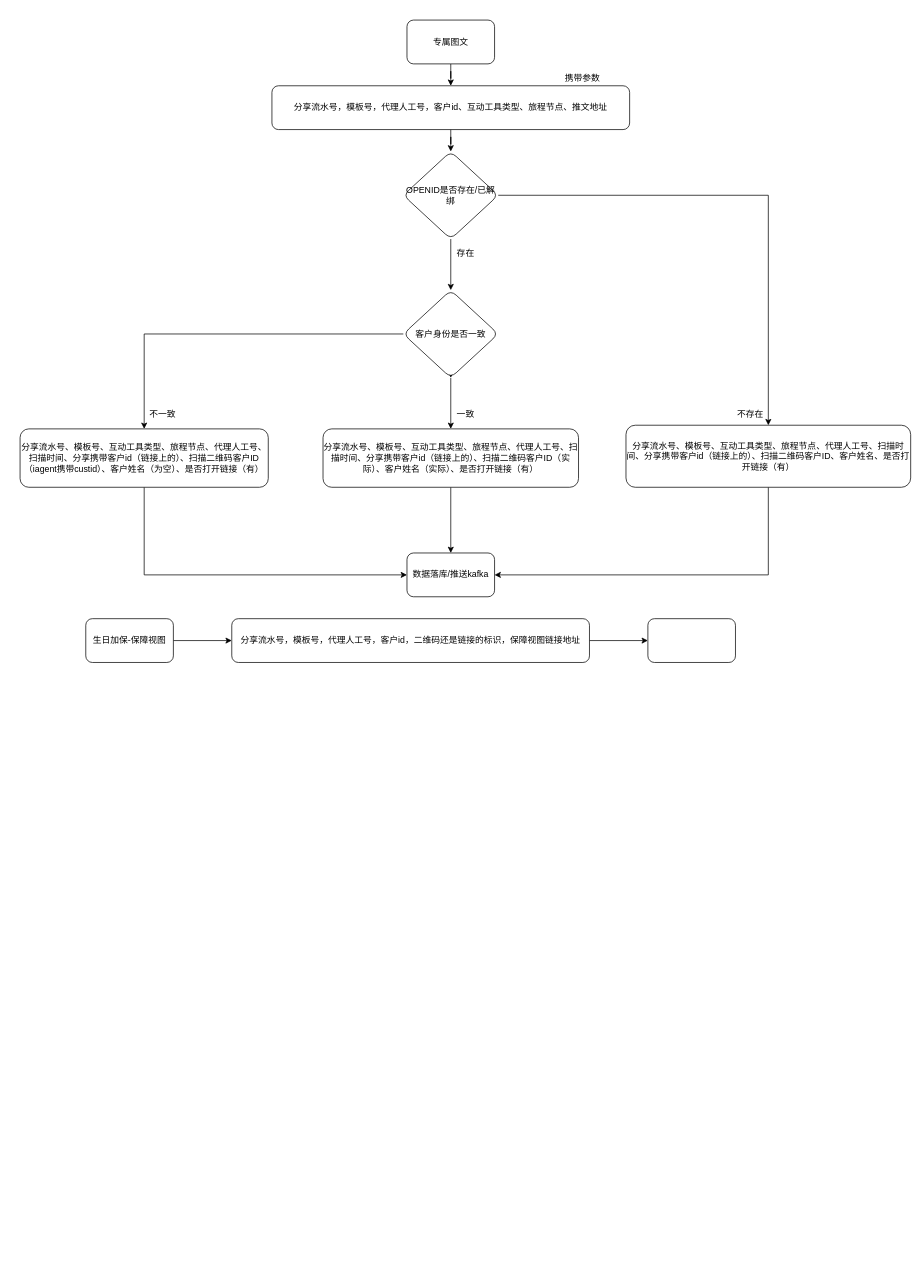
Earlier version of the draw.io diagram page "互动工具客户记录埋点" (2 of 2) of Untitled Diagram.drawio (GaoAng-HRERS/diagram). Source tidied: cells renumbered, new cells numbered last; positions are measured from the earlier drawing's top-left corner, leaving out a move shared by most shapes. Both pictures are drawn from the tidied source at 73%, with x=0, y=0 at pixel (20, 20).
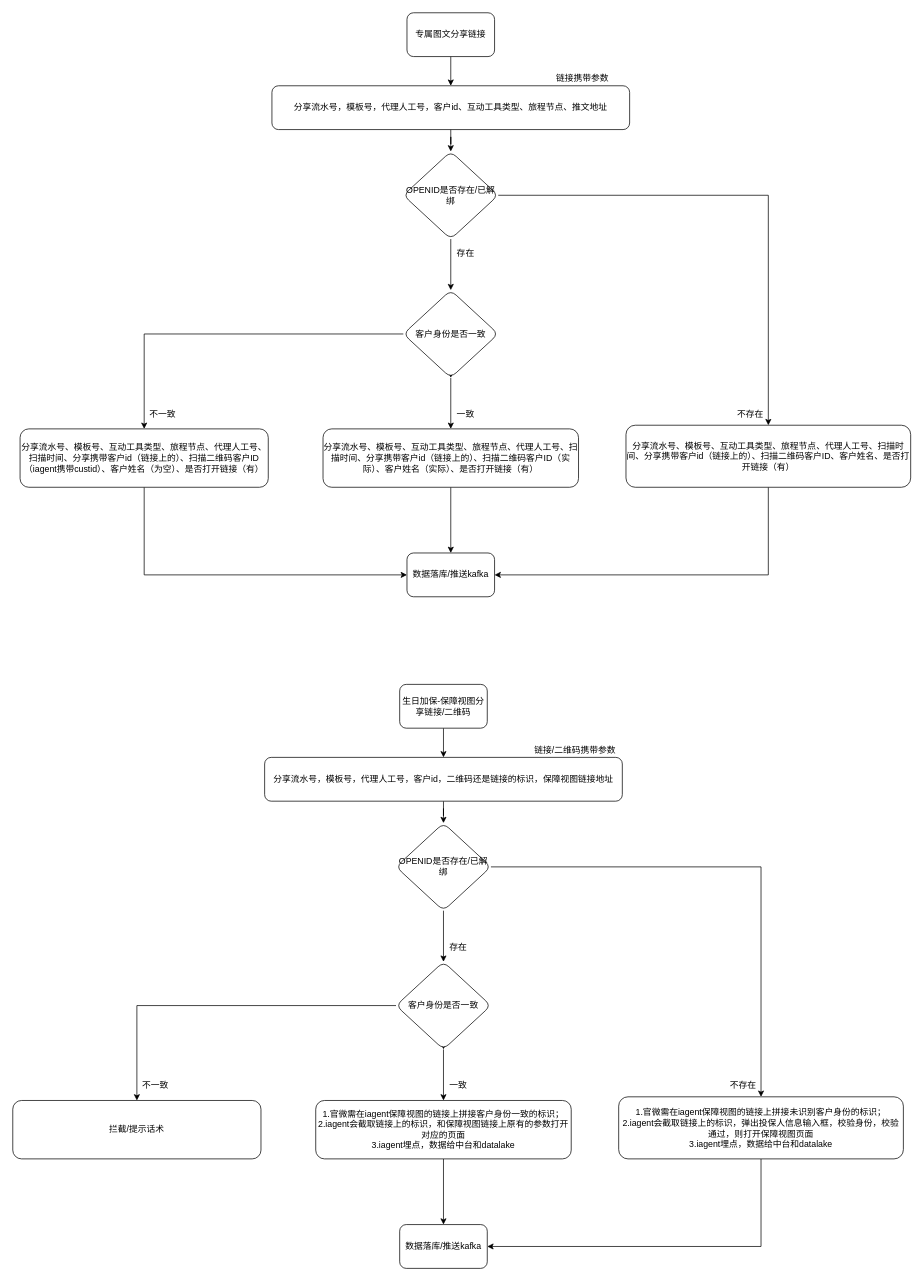
The same diagram, later.

Commit message:
生日加保-保障视图

What changed in the source:
```diff
@@
-    <mxCell id="3" value="专属图文" style="rounded=1;whiteSpace=wrap;html=1;" parent="1" vertex="1">
-      <mxGeometry x="530" width="120" height="60" as="geometry" />
+    <mxCell id="3" value="专属图文分享链接" style="rounded=1;whiteSpace=wrap;html=1;" parent="1" vertex="1">
+      <mxGeometry x="530" y="-10" width="120" height="60" as="geometry" />
     </mxCell>
-    <mxCell id="4" style="edgeStyle=orthogonalEdgeStyle;rounded=0;jettySize=auto;html=1;" parent="1" edge="1" source="5" target="9">
-      <mxGeometry relative="1" as="geometry" />
-    </mxCell>
-    <mxCell id="5" value="生日加保-保障视图" style="rounded=1;whiteSpace=wrap;html=1;" parent="1" vertex="1">
-      <mxGeometry x="90" y="820" width="120" height="60" as="geometry" />
-    </mxCell>
@@
-    <mxCell id="8" style="edgeStyle=orthogonalEdgeStyle;rounded=0;jettySize=auto;html=1;" parent="1" edge="1" source="9" target="10">
-      <mxGeometry relative="1" as="geometry" />
-    </mxCell>
-    <mxCell id="9" value="分享流水号，模板号，代理人工号，客户id，二维码还是链接的标识，保障视图链接地址" style="rounded=1;whiteSpace=wrap;html=1;" parent="1" vertex="1">
-      <mxGeometry x="290" y="820" width="490" height="60" as="geometry" />
-    </mxCell>
-    <mxCell id="10" style="whiteSpace=wrap;html=1;rounded=1;" parent="1" vertex="1">
-      <mxGeometry x="860" y="820" width="120" height="60" as="geometry" />
-    </mxCell>
-    <mxCell id="11" value="携带参数" style="text;html=1;align=center;verticalAlign=middle;strokeColor=none;fillColor=none;" parent="1" vertex="1">
-      <mxGeometry x="740" y="70" width="60" height="20" as="geometry" />
+    <mxCell id="11" value="链接携带参数" style="text;html=1;align=center;verticalAlign=middle;strokeColor=none;fillColor=none;" parent="1" vertex="1">
+      <mxGeometry x="725" y="70" width="90" height="20" as="geometry" />
     </mxCell>
@@
+    <mxCell id="30" style="edgeStyle=orthogonalEdgeStyle;rounded=0;jettySize=auto;html=1;" parent="1" edge="1" source="31" target="9">
+      <mxGeometry relative="1" as="geometry" />
+    </mxCell>
+    <mxCell id="31" value="生日加保-保障视图分享链接/二维码" style="rounded=1;whiteSpace=wrap;html=1;" parent="1" vertex="1">
+      <mxGeometry x="520" y="910" width="120" height="60" as="geometry" />
+    </mxCell>
+    <mxCell id="32" style="edgeStyle=orthogonalEdgeStyle;rounded=0;jettySize=auto;html=1;" parent="1" edge="1" source="9" target="36">
+      <mxGeometry relative="1" as="geometry" />
+    </mxCell>
+    <mxCell id="9" value="分享流水号，模板号，代理人工号，客户id，二维码还是链接的标识，保障视图链接地址" style="rounded=1;whiteSpace=wrap;html=1;" parent="1" vertex="1">
+      <mxGeometry x="335" y="1010" width="490" height="60" as="geometry" />
+    </mxCell>
+    <mxCell id="33" value="链接/二维码携带参数" style="text;html=1;align=center;verticalAlign=middle;strokeColor=none;fillColor=none;" parent="1" vertex="1">
+      <mxGeometry x="695" y="990" width="130" height="20" as="geometry" />
+    </mxCell>
+    <mxCell id="34" style="edgeStyle=orthogonalEdgeStyle;rounded=0;jettySize=auto;html=1;entryX=0.5;entryY=0;entryDx=0;entryDy=0;" parent="1" edge="1" source="36" target="41">
+      <mxGeometry relative="1" as="geometry" />
+    </mxCell>
+    <mxCell id="35" style="edgeStyle=orthogonalEdgeStyle;rounded=0;jettySize=auto;html=1;" parent="1" edge="1" source="36" target="49">
+      <mxGeometry relative="1" as="geometry" />
+    </mxCell>
+    <mxCell id="36" value="OPENID是否存在/已解绑" style="rhombus;whiteSpace=wrap;html=1;rounded=1;" parent="1" vertex="1">
+      <mxGeometry x="515" y="1100" width="130" height="120" as="geometry" />
+    </mxCell>
+    <mxCell id="37" value="存在" style="text;html=1;align=center;verticalAlign=middle;strokeColor=none;fillColor=none;" parent="1" vertex="1">
+      <mxGeometry x="580" y="1260" width="40" height="20" as="geometry" />
+    </mxCell>
+    <mxCell id="38" style="edgeStyle=orthogonalEdgeStyle;rounded=0;jettySize=auto;html=1;" parent="1" edge="1" target="41">
+      <mxGeometry relative="1" as="geometry">
+        <mxPoint x="580" y="1380" as="sourcePoint" />
+      </mxGeometry>
+    </mxCell>
+    <mxCell id="39" style="edgeStyle=orthogonalEdgeStyle;rounded=0;jettySize=auto;html=1;" parent="1" edge="1" source="41" target="44">
+      <mxGeometry relative="1" as="geometry" />
+    </mxCell>
+    <mxCell id="40" style="edgeStyle=orthogonalEdgeStyle;rounded=0;jettySize=auto;html=1;exitX=0;exitY=0.5;exitDx=0;exitDy=0;" parent="1" edge="1" source="41" target="46">
+      <mxGeometry relative="1" as="geometry" />
+    </mxCell>
+    <mxCell id="41" value="客户身份是否一致" style="rhombus;whiteSpace=wrap;html=1;rounded=1;" parent="1" vertex="1">
+      <mxGeometry x="515" y="1290" width="130" height="120" as="geometry" />
+    </mxCell>
+    <mxCell id="42" value="不存在" style="text;html=1;align=center;verticalAlign=middle;strokeColor=none;fillColor=none;" parent="1" vertex="1">
+      <mxGeometry x="965" y="1450" width="50" height="20" as="geometry" />
+    </mxCell>
+    <mxCell id="43" style="edgeStyle=orthogonalEdgeStyle;rounded=0;jettySize=auto;html=1;" parent="1" edge="1" source="44" target="50">
+      <mxGeometry relative="1" as="geometry" />
+    </mxCell>
+    <mxCell id="44" value="&lt;div&gt;1.官微需在iagent保障视图的链接上拼接客户身份一致的标识；&lt;/div&gt;&lt;div&gt;2.iagent会截取链接上的标识，和保障视图链接上原有的参数打开对应的页面&lt;/div&gt;&lt;div&gt;3.iagent埋点，数据给中台和datalake&lt;/div&gt;" style="whiteSpace=wrap;html=1;rounded=1;" parent="1" vertex="1">
+      <mxGeometry x="405" y="1480" width="350" height="80" as="geometry" />
+    </mxCell>
+    <mxCell id="45" value="一致" style="text;html=1;align=center;verticalAlign=middle;strokeColor=none;fillColor=none;" parent="1" vertex="1">
+      <mxGeometry x="580" y="1450" width="40" height="20" as="geometry" />
+    </mxCell>
+    <mxCell id="46" value="拦截/提示话术" style="whiteSpace=wrap;html=1;rounded=1;" parent="1" vertex="1">
+      <mxGeometry x="-10" y="1480" width="340" height="80" as="geometry" />
+    </mxCell>
+    <mxCell id="47" value="不一致" style="text;html=1;align=center;verticalAlign=middle;strokeColor=none;fillColor=none;" parent="1" vertex="1">
+      <mxGeometry x="160" y="1450" width="50" height="20" as="geometry" />
+    </mxCell>
+    <mxCell id="48" style="edgeStyle=orthogonalEdgeStyle;rounded=0;jettySize=auto;html=1;entryX=1;entryY=0.5;entryDx=0;entryDy=0;" parent="1" edge="1" source="49" target="50">
+      <mxGeometry relative="1" as="geometry">
+        <Array as="points">
+          <mxPoint x="1015" y="1680" />
+        </Array>
+      </mxGeometry>
+    </mxCell>
+    <mxCell id="49" value="&lt;div&gt;1.官微需在iagent保障视图的链接上拼接未识别客户身份的标识；&lt;/div&gt;&lt;div&gt;2.iagent会截取链接上的标识，弹出投保人信息输入框，校验身份，校验通过，则打开保障视图页面&lt;/div&gt;&lt;div&gt;3.iagent埋点，数据给中台和datalake&lt;/div&gt;" style="whiteSpace=wrap;html=1;rounded=1;" parent="1" vertex="1">
+      <mxGeometry x="820" y="1475" width="390" height="85" as="geometry" />
+    </mxCell>
+    <mxCell id="50" value="数据落库/推送kafka" style="whiteSpace=wrap;html=1;rounded=1;" parent="1" vertex="1">
+      <mxGeometry x="520" y="1650" width="120" height="60" as="geometry" />
+    </mxCell>
```
